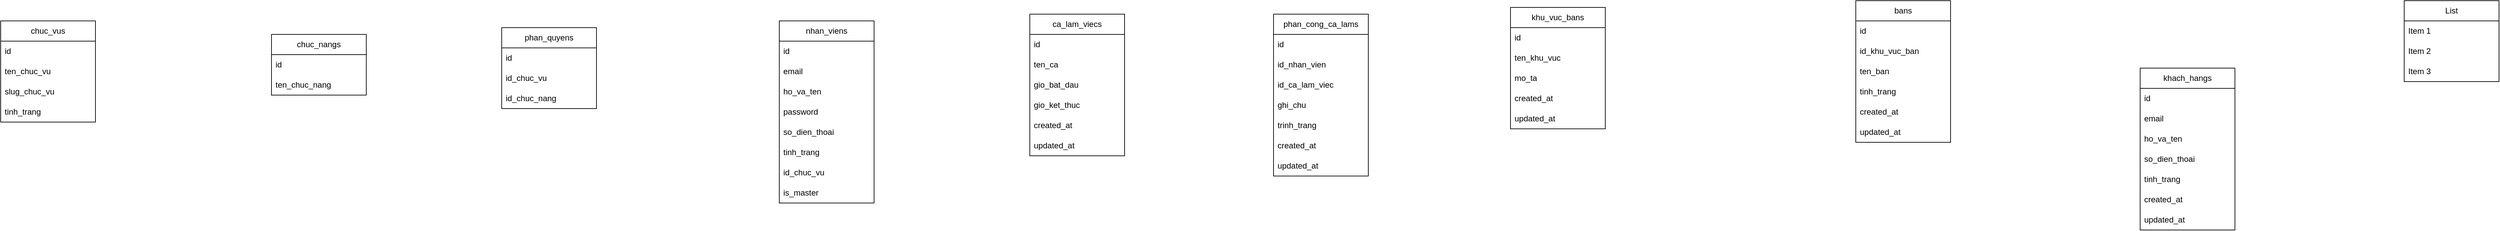
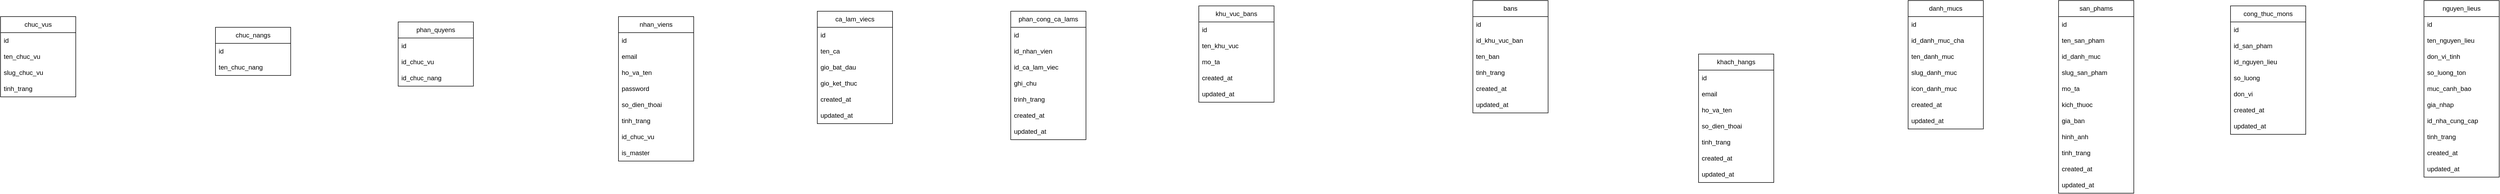
<mxfile host="app.diagrams.net">
  <diagram name="Page-1" id="78QUDde3ILmcNMK2hGyn">
    <mxGraphModel dx="1840" dy="1637" grid="1" gridSize="10" guides="1" tooltips="1" connect="1" arrows="1" fold="1" page="1" pageScale="1" pageWidth="850" pageHeight="1100" math="0" shadow="0">
      <root>
        <mxCell id="0" />
        <mxCell id="1" parent="0" />
        <mxCell id="1bbKcoBMxcC-bXyi0BTe-1" parent="1" style="swimlane;fontStyle=0;childLayout=stackLayout;horizontal=1;startSize=30;horizontalStack=0;resizeParent=1;resizeParentMax=0;resizeLast=0;collapsible=1;marginBottom=0;whiteSpace=wrap;html=1;" value="chuc_vus" vertex="1">
          <mxGeometry height="150" width="140" x="-280" y="-110" as="geometry" />
        </mxCell>
        <mxCell id="1bbKcoBMxcC-bXyi0BTe-2" parent="1bbKcoBMxcC-bXyi0BTe-1" style="text;strokeColor=none;fillColor=none;align=left;verticalAlign=middle;spacingLeft=4;spacingRight=4;overflow=hidden;points=[[0,0.5],[1,0.5]];portConstraint=eastwest;rotatable=0;whiteSpace=wrap;html=1;" value="id" vertex="1">
          <mxGeometry height="30" width="140" y="30" as="geometry" />
        </mxCell>
        <mxCell id="1bbKcoBMxcC-bXyi0BTe-3" parent="1bbKcoBMxcC-bXyi0BTe-1" style="text;strokeColor=none;fillColor=none;align=left;verticalAlign=middle;spacingLeft=4;spacingRight=4;overflow=hidden;points=[[0,0.5],[1,0.5]];portConstraint=eastwest;rotatable=0;whiteSpace=wrap;html=1;" value="ten_chuc_vu" vertex="1">
          <mxGeometry height="30" width="140" y="60" as="geometry" />
        </mxCell>
        <mxCell id="1bbKcoBMxcC-bXyi0BTe-4" parent="1bbKcoBMxcC-bXyi0BTe-1" style="text;strokeColor=none;fillColor=none;align=left;verticalAlign=middle;spacingLeft=4;spacingRight=4;overflow=hidden;points=[[0,0.5],[1,0.5]];portConstraint=eastwest;rotatable=0;whiteSpace=wrap;html=1;" value="slug_chuc_vu" vertex="1">
          <mxGeometry height="30" width="140" y="90" as="geometry" />
        </mxCell>
        <mxCell id="1bbKcoBMxcC-bXyi0BTe-5" parent="1bbKcoBMxcC-bXyi0BTe-1" style="text;strokeColor=none;fillColor=none;align=left;verticalAlign=middle;spacingLeft=4;spacingRight=4;overflow=hidden;points=[[0,0.5],[1,0.5]];portConstraint=eastwest;rotatable=0;whiteSpace=wrap;html=1;" value="tinh_trang" vertex="1">
          <mxGeometry height="30" width="140" y="120" as="geometry" />
        </mxCell>
        <mxCell id="1bbKcoBMxcC-bXyi0BTe-7" parent="1" style="swimlane;fontStyle=0;childLayout=stackLayout;horizontal=1;startSize=30;horizontalStack=0;resizeParent=1;resizeParentMax=0;resizeLast=0;collapsible=1;marginBottom=0;whiteSpace=wrap;html=1;" value="chuc_nangs" vertex="1">
          <mxGeometry height="90" width="140" x="120" y="-90" as="geometry" />
        </mxCell>
        <mxCell id="1bbKcoBMxcC-bXyi0BTe-8" parent="1bbKcoBMxcC-bXyi0BTe-7" style="text;strokeColor=none;fillColor=none;align=left;verticalAlign=middle;spacingLeft=4;spacingRight=4;overflow=hidden;points=[[0,0.5],[1,0.5]];portConstraint=eastwest;rotatable=0;whiteSpace=wrap;html=1;" value="id" vertex="1">
          <mxGeometry height="30" width="140" y="30" as="geometry" />
        </mxCell>
        <mxCell id="1bbKcoBMxcC-bXyi0BTe-9" parent="1bbKcoBMxcC-bXyi0BTe-7" style="text;strokeColor=none;fillColor=none;align=left;verticalAlign=middle;spacingLeft=4;spacingRight=4;overflow=hidden;points=[[0,0.5],[1,0.5]];portConstraint=eastwest;rotatable=0;whiteSpace=wrap;html=1;" value="ten_chuc_nang" vertex="1">
          <mxGeometry height="30" width="140" y="60" as="geometry" />
        </mxCell>
        <mxCell id="1bbKcoBMxcC-bXyi0BTe-11" parent="1" style="swimlane;fontStyle=0;childLayout=stackLayout;horizontal=1;startSize=30;horizontalStack=0;resizeParent=1;resizeParentMax=0;resizeLast=0;collapsible=1;marginBottom=0;whiteSpace=wrap;html=1;" value="phan_quyens" vertex="1">
          <mxGeometry height="120" width="140" x="460" y="-100" as="geometry" />
        </mxCell>
        <mxCell id="1bbKcoBMxcC-bXyi0BTe-12" parent="1bbKcoBMxcC-bXyi0BTe-11" style="text;strokeColor=none;fillColor=none;align=left;verticalAlign=middle;spacingLeft=4;spacingRight=4;overflow=hidden;points=[[0,0.5],[1,0.5]];portConstraint=eastwest;rotatable=0;whiteSpace=wrap;html=1;" value="id" vertex="1">
          <mxGeometry height="30" width="140" y="30" as="geometry" />
        </mxCell>
        <mxCell id="1bbKcoBMxcC-bXyi0BTe-13" parent="1bbKcoBMxcC-bXyi0BTe-11" style="text;strokeColor=none;fillColor=none;align=left;verticalAlign=middle;spacingLeft=4;spacingRight=4;overflow=hidden;points=[[0,0.5],[1,0.5]];portConstraint=eastwest;rotatable=0;whiteSpace=wrap;html=1;" value="id_chuc_vu" vertex="1">
          <mxGeometry height="30" width="140" y="60" as="geometry" />
        </mxCell>
        <mxCell id="1bbKcoBMxcC-bXyi0BTe-14" parent="1bbKcoBMxcC-bXyi0BTe-11" style="text;strokeColor=none;fillColor=none;align=left;verticalAlign=middle;spacingLeft=4;spacingRight=4;overflow=hidden;points=[[0,0.5],[1,0.5]];portConstraint=eastwest;rotatable=0;whiteSpace=wrap;html=1;" value="id_chuc_nang" vertex="1">
          <mxGeometry height="30" width="140" y="90" as="geometry" />
        </mxCell>
        <mxCell id="1bbKcoBMxcC-bXyi0BTe-16" parent="1" style="swimlane;fontStyle=0;childLayout=stackLayout;horizontal=1;startSize=30;horizontalStack=0;resizeParent=1;resizeParentMax=0;resizeLast=0;collapsible=1;marginBottom=0;whiteSpace=wrap;html=1;" value="nhan_viens" vertex="1">
          <mxGeometry height="270" width="140" x="870" y="-110" as="geometry" />
        </mxCell>
        <mxCell id="1bbKcoBMxcC-bXyi0BTe-17" parent="1bbKcoBMxcC-bXyi0BTe-16" style="text;strokeColor=none;fillColor=none;align=left;verticalAlign=middle;spacingLeft=4;spacingRight=4;overflow=hidden;points=[[0,0.5],[1,0.5]];portConstraint=eastwest;rotatable=0;whiteSpace=wrap;html=1;" value="id" vertex="1">
          <mxGeometry height="30" width="140" y="30" as="geometry" />
        </mxCell>
        <mxCell id="1bbKcoBMxcC-bXyi0BTe-18" parent="1bbKcoBMxcC-bXyi0BTe-16" style="text;strokeColor=none;fillColor=none;align=left;verticalAlign=middle;spacingLeft=4;spacingRight=4;overflow=hidden;points=[[0,0.5],[1,0.5]];portConstraint=eastwest;rotatable=0;whiteSpace=wrap;html=1;" value="email" vertex="1">
          <mxGeometry height="30" width="140" y="60" as="geometry" />
        </mxCell>
        <mxCell id="1bbKcoBMxcC-bXyi0BTe-19" parent="1bbKcoBMxcC-bXyi0BTe-16" style="text;strokeColor=none;fillColor=none;align=left;verticalAlign=middle;spacingLeft=4;spacingRight=4;overflow=hidden;points=[[0,0.5],[1,0.5]];portConstraint=eastwest;rotatable=0;whiteSpace=wrap;html=1;" value="ho_va_ten" vertex="1">
          <mxGeometry height="30" width="140" y="90" as="geometry" />
        </mxCell>
        <mxCell id="RNDkmFGJGW4O4d-jsc1U-1" parent="1bbKcoBMxcC-bXyi0BTe-16" style="text;strokeColor=none;fillColor=none;align=left;verticalAlign=middle;spacingLeft=4;spacingRight=4;overflow=hidden;points=[[0,0.5],[1,0.5]];portConstraint=eastwest;rotatable=0;whiteSpace=wrap;html=1;" value="password" vertex="1">
          <mxGeometry height="30" width="140" y="120" as="geometry" />
        </mxCell>
        <mxCell id="RNDkmFGJGW4O4d-jsc1U-2" parent="1bbKcoBMxcC-bXyi0BTe-16" style="text;strokeColor=none;fillColor=none;align=left;verticalAlign=middle;spacingLeft=4;spacingRight=4;overflow=hidden;points=[[0,0.5],[1,0.5]];portConstraint=eastwest;rotatable=0;whiteSpace=wrap;html=1;" value="so_dien_thoai" vertex="1">
          <mxGeometry height="30" width="140" y="150" as="geometry" />
        </mxCell>
        <mxCell id="RNDkmFGJGW4O4d-jsc1U-3" parent="1bbKcoBMxcC-bXyi0BTe-16" style="text;strokeColor=none;fillColor=none;align=left;verticalAlign=middle;spacingLeft=4;spacingRight=4;overflow=hidden;points=[[0,0.5],[1,0.5]];portConstraint=eastwest;rotatable=0;whiteSpace=wrap;html=1;" value="tinh_trang" vertex="1">
          <mxGeometry height="30" width="140" y="180" as="geometry" />
        </mxCell>
        <mxCell id="RNDkmFGJGW4O4d-jsc1U-4" parent="1bbKcoBMxcC-bXyi0BTe-16" style="text;strokeColor=none;fillColor=none;align=left;verticalAlign=middle;spacingLeft=4;spacingRight=4;overflow=hidden;points=[[0,0.5],[1,0.5]];portConstraint=eastwest;rotatable=0;whiteSpace=wrap;html=1;" value="id_chuc_vu" vertex="1">
          <mxGeometry height="30" width="140" y="210" as="geometry" />
        </mxCell>
        <mxCell id="RNDkmFGJGW4O4d-jsc1U-5" parent="1bbKcoBMxcC-bXyi0BTe-16" style="text;strokeColor=none;fillColor=none;align=left;verticalAlign=middle;spacingLeft=4;spacingRight=4;overflow=hidden;points=[[0,0.5],[1,0.5]];portConstraint=eastwest;rotatable=0;whiteSpace=wrap;html=1;" value="is_master" vertex="1">
          <mxGeometry height="30" width="140" y="240" as="geometry" />
        </mxCell>
        <mxCell id="RNDkmFGJGW4O4d-jsc1U-6" parent="1" style="swimlane;fontStyle=0;childLayout=stackLayout;horizontal=1;startSize=30;horizontalStack=0;resizeParent=1;resizeParentMax=0;resizeLast=0;collapsible=1;marginBottom=0;whiteSpace=wrap;html=1;" value="ca_lam_viecs" vertex="1">
          <mxGeometry height="210" width="140" x="1240" y="-120" as="geometry" />
        </mxCell>
        <mxCell id="RNDkmFGJGW4O4d-jsc1U-7" parent="RNDkmFGJGW4O4d-jsc1U-6" style="text;strokeColor=none;fillColor=none;align=left;verticalAlign=middle;spacingLeft=4;spacingRight=4;overflow=hidden;points=[[0,0.5],[1,0.5]];portConstraint=eastwest;rotatable=0;whiteSpace=wrap;html=1;" value="id" vertex="1">
          <mxGeometry height="30" width="140" y="30" as="geometry" />
        </mxCell>
        <mxCell id="RNDkmFGJGW4O4d-jsc1U-8" parent="RNDkmFGJGW4O4d-jsc1U-6" style="text;strokeColor=none;fillColor=none;align=left;verticalAlign=middle;spacingLeft=4;spacingRight=4;overflow=hidden;points=[[0,0.5],[1,0.5]];portConstraint=eastwest;rotatable=0;whiteSpace=wrap;html=1;" value="ten_ca" vertex="1">
          <mxGeometry height="30" width="140" y="60" as="geometry" />
        </mxCell>
        <mxCell id="RNDkmFGJGW4O4d-jsc1U-9" parent="RNDkmFGJGW4O4d-jsc1U-6" style="text;strokeColor=none;fillColor=none;align=left;verticalAlign=middle;spacingLeft=4;spacingRight=4;overflow=hidden;points=[[0,0.5],[1,0.5]];portConstraint=eastwest;rotatable=0;whiteSpace=wrap;html=1;" value="gio_bat_dau" vertex="1">
          <mxGeometry height="30" width="140" y="90" as="geometry" />
        </mxCell>
        <mxCell id="RNDkmFGJGW4O4d-jsc1U-10" parent="RNDkmFGJGW4O4d-jsc1U-6" style="text;strokeColor=none;fillColor=none;align=left;verticalAlign=middle;spacingLeft=4;spacingRight=4;overflow=hidden;points=[[0,0.5],[1,0.5]];portConstraint=eastwest;rotatable=0;whiteSpace=wrap;html=1;" value="gio_ket_thuc" vertex="1">
          <mxGeometry height="30" width="140" y="120" as="geometry" />
        </mxCell>
        <mxCell id="RNDkmFGJGW4O4d-jsc1U-11" parent="RNDkmFGJGW4O4d-jsc1U-6" style="text;strokeColor=none;fillColor=none;align=left;verticalAlign=middle;spacingLeft=4;spacingRight=4;overflow=hidden;points=[[0,0.5],[1,0.5]];portConstraint=eastwest;rotatable=0;whiteSpace=wrap;html=1;" value="created_at" vertex="1">
          <mxGeometry height="30" width="140" y="150" as="geometry" />
        </mxCell>
        <mxCell id="RNDkmFGJGW4O4d-jsc1U-12" parent="RNDkmFGJGW4O4d-jsc1U-6" style="text;strokeColor=none;fillColor=none;align=left;verticalAlign=middle;spacingLeft=4;spacingRight=4;overflow=hidden;points=[[0,0.5],[1,0.5]];portConstraint=eastwest;rotatable=0;whiteSpace=wrap;html=1;" value="updated_at" vertex="1">
          <mxGeometry height="30" width="140" y="180" as="geometry" />
        </mxCell>
        <mxCell id="RNDkmFGJGW4O4d-jsc1U-13" parent="1" style="swimlane;fontStyle=0;childLayout=stackLayout;horizontal=1;startSize=30;horizontalStack=0;resizeParent=1;resizeParentMax=0;resizeLast=0;collapsible=1;marginBottom=0;whiteSpace=wrap;html=1;" value="phan_cong_ca_lams" vertex="1">
          <mxGeometry height="240" width="140" x="1600" y="-120" as="geometry" />
        </mxCell>
        <mxCell id="RNDkmFGJGW4O4d-jsc1U-14" parent="RNDkmFGJGW4O4d-jsc1U-13" style="text;strokeColor=none;fillColor=none;align=left;verticalAlign=middle;spacingLeft=4;spacingRight=4;overflow=hidden;points=[[0,0.5],[1,0.5]];portConstraint=eastwest;rotatable=0;whiteSpace=wrap;html=1;" value="id" vertex="1">
          <mxGeometry height="30" width="140" y="30" as="geometry" />
        </mxCell>
        <mxCell id="RNDkmFGJGW4O4d-jsc1U-15" parent="RNDkmFGJGW4O4d-jsc1U-13" style="text;strokeColor=none;fillColor=none;align=left;verticalAlign=middle;spacingLeft=4;spacingRight=4;overflow=hidden;points=[[0,0.5],[1,0.5]];portConstraint=eastwest;rotatable=0;whiteSpace=wrap;html=1;" value="id_nhan_vien" vertex="1">
          <mxGeometry height="30" width="140" y="60" as="geometry" />
        </mxCell>
        <mxCell id="RNDkmFGJGW4O4d-jsc1U-16" parent="RNDkmFGJGW4O4d-jsc1U-13" style="text;strokeColor=none;fillColor=none;align=left;verticalAlign=middle;spacingLeft=4;spacingRight=4;overflow=hidden;points=[[0,0.5],[1,0.5]];portConstraint=eastwest;rotatable=0;whiteSpace=wrap;html=1;" value="id_ca_lam_viec" vertex="1">
          <mxGeometry height="30" width="140" y="90" as="geometry" />
        </mxCell>
        <mxCell id="RNDkmFGJGW4O4d-jsc1U-17" parent="RNDkmFGJGW4O4d-jsc1U-13" style="text;strokeColor=none;fillColor=none;align=left;verticalAlign=middle;spacingLeft=4;spacingRight=4;overflow=hidden;points=[[0,0.5],[1,0.5]];portConstraint=eastwest;rotatable=0;whiteSpace=wrap;html=1;" value="ghi_chu" vertex="1">
          <mxGeometry height="30" width="140" y="120" as="geometry" />
        </mxCell>
        <mxCell id="RNDkmFGJGW4O4d-jsc1U-18" parent="RNDkmFGJGW4O4d-jsc1U-13" style="text;strokeColor=none;fillColor=none;align=left;verticalAlign=middle;spacingLeft=4;spacingRight=4;overflow=hidden;points=[[0,0.5],[1,0.5]];portConstraint=eastwest;rotatable=0;whiteSpace=wrap;html=1;" value="trinh_trang" vertex="1">
          <mxGeometry height="30" width="140" y="150" as="geometry" />
        </mxCell>
        <mxCell id="RNDkmFGJGW4O4d-jsc1U-19" parent="RNDkmFGJGW4O4d-jsc1U-13" style="text;strokeColor=none;fillColor=none;align=left;verticalAlign=middle;spacingLeft=4;spacingRight=4;overflow=hidden;points=[[0,0.5],[1,0.5]];portConstraint=eastwest;rotatable=0;whiteSpace=wrap;html=1;" value="created_at" vertex="1">
          <mxGeometry height="30" width="140" y="180" as="geometry" />
        </mxCell>
        <mxCell id="RNDkmFGJGW4O4d-jsc1U-20" parent="RNDkmFGJGW4O4d-jsc1U-13" style="text;strokeColor=none;fillColor=none;align=left;verticalAlign=middle;spacingLeft=4;spacingRight=4;overflow=hidden;points=[[0,0.5],[1,0.5]];portConstraint=eastwest;rotatable=0;whiteSpace=wrap;html=1;" value="updated_at" vertex="1">
          <mxGeometry height="30" width="140" y="210" as="geometry" />
        </mxCell>
        <mxCell id="RNDkmFGJGW4O4d-jsc1U-21" parent="1" style="swimlane;fontStyle=0;childLayout=stackLayout;horizontal=1;startSize=30;horizontalStack=0;resizeParent=1;resizeParentMax=0;resizeLast=0;collapsible=1;marginBottom=0;whiteSpace=wrap;html=1;" value="khu_vuc_bans" vertex="1">
          <mxGeometry height="180" width="140" x="1950" y="-130" as="geometry" />
        </mxCell>
        <mxCell id="RNDkmFGJGW4O4d-jsc1U-22" parent="RNDkmFGJGW4O4d-jsc1U-21" style="text;strokeColor=none;fillColor=none;align=left;verticalAlign=middle;spacingLeft=4;spacingRight=4;overflow=hidden;points=[[0,0.5],[1,0.5]];portConstraint=eastwest;rotatable=0;whiteSpace=wrap;html=1;" value="id" vertex="1">
          <mxGeometry height="30" width="140" y="30" as="geometry" />
        </mxCell>
        <mxCell id="RNDkmFGJGW4O4d-jsc1U-23" parent="RNDkmFGJGW4O4d-jsc1U-21" style="text;strokeColor=none;fillColor=none;align=left;verticalAlign=middle;spacingLeft=4;spacingRight=4;overflow=hidden;points=[[0,0.5],[1,0.5]];portConstraint=eastwest;rotatable=0;whiteSpace=wrap;html=1;" value="ten_khu_vuc" vertex="1">
          <mxGeometry height="30" width="140" y="60" as="geometry" />
        </mxCell>
        <mxCell id="RNDkmFGJGW4O4d-jsc1U-24" parent="RNDkmFGJGW4O4d-jsc1U-21" style="text;strokeColor=none;fillColor=none;align=left;verticalAlign=middle;spacingLeft=4;spacingRight=4;overflow=hidden;points=[[0,0.5],[1,0.5]];portConstraint=eastwest;rotatable=0;whiteSpace=wrap;html=1;" value="mo_ta" vertex="1">
          <mxGeometry height="30" width="140" y="90" as="geometry" />
        </mxCell>
        <mxCell id="RNDkmFGJGW4O4d-jsc1U-25" parent="RNDkmFGJGW4O4d-jsc1U-21" style="text;strokeColor=none;fillColor=none;align=left;verticalAlign=middle;spacingLeft=4;spacingRight=4;overflow=hidden;points=[[0,0.5],[1,0.5]];portConstraint=eastwest;rotatable=0;whiteSpace=wrap;html=1;" value="created_at" vertex="1">
          <mxGeometry height="30" width="140" y="120" as="geometry" />
        </mxCell>
        <mxCell id="RNDkmFGJGW4O4d-jsc1U-26" parent="RNDkmFGJGW4O4d-jsc1U-21" style="text;strokeColor=none;fillColor=none;align=left;verticalAlign=middle;spacingLeft=4;spacingRight=4;overflow=hidden;points=[[0,0.5],[1,0.5]];portConstraint=eastwest;rotatable=0;whiteSpace=wrap;html=1;" value="updated_at" vertex="1">
          <mxGeometry height="30" width="140" y="150" as="geometry" />
        </mxCell>
        <mxCell id="RNDkmFGJGW4O4d-jsc1U-27" parent="1" style="swimlane;fontStyle=0;childLayout=stackLayout;horizontal=1;startSize=30;horizontalStack=0;resizeParent=1;resizeParentMax=0;resizeLast=0;collapsible=1;marginBottom=0;whiteSpace=wrap;html=1;" value="bans" vertex="1">
          <mxGeometry height="210" width="140" x="2460" y="-140" as="geometry" />
        </mxCell>
        <mxCell id="RNDkmFGJGW4O4d-jsc1U-28" parent="RNDkmFGJGW4O4d-jsc1U-27" style="text;strokeColor=none;fillColor=none;align=left;verticalAlign=middle;spacingLeft=4;spacingRight=4;overflow=hidden;points=[[0,0.5],[1,0.5]];portConstraint=eastwest;rotatable=0;whiteSpace=wrap;html=1;" value="id" vertex="1">
          <mxGeometry height="30" width="140" y="30" as="geometry" />
        </mxCell>
        <mxCell id="RNDkmFGJGW4O4d-jsc1U-29" parent="RNDkmFGJGW4O4d-jsc1U-27" style="text;strokeColor=none;fillColor=none;align=left;verticalAlign=middle;spacingLeft=4;spacingRight=4;overflow=hidden;points=[[0,0.5],[1,0.5]];portConstraint=eastwest;rotatable=0;whiteSpace=wrap;html=1;" value="id_khu_vuc_ban" vertex="1">
          <mxGeometry height="30" width="140" y="60" as="geometry" />
        </mxCell>
        <mxCell id="RNDkmFGJGW4O4d-jsc1U-30" parent="RNDkmFGJGW4O4d-jsc1U-27" style="text;strokeColor=none;fillColor=none;align=left;verticalAlign=middle;spacingLeft=4;spacingRight=4;overflow=hidden;points=[[0,0.5],[1,0.5]];portConstraint=eastwest;rotatable=0;whiteSpace=wrap;html=1;" value="ten_ban" vertex="1">
          <mxGeometry height="30" width="140" y="90" as="geometry" />
        </mxCell>
        <mxCell id="RNDkmFGJGW4O4d-jsc1U-31" parent="RNDkmFGJGW4O4d-jsc1U-27" style="text;strokeColor=none;fillColor=none;align=left;verticalAlign=middle;spacingLeft=4;spacingRight=4;overflow=hidden;points=[[0,0.5],[1,0.5]];portConstraint=eastwest;rotatable=0;whiteSpace=wrap;html=1;" value="tinh_trang" vertex="1">
          <mxGeometry height="30" width="140" y="120" as="geometry" />
        </mxCell>
        <mxCell id="RNDkmFGJGW4O4d-jsc1U-32" parent="RNDkmFGJGW4O4d-jsc1U-27" style="text;strokeColor=none;fillColor=none;align=left;verticalAlign=middle;spacingLeft=4;spacingRight=4;overflow=hidden;points=[[0,0.5],[1,0.5]];portConstraint=eastwest;rotatable=0;whiteSpace=wrap;html=1;" value="created_at" vertex="1">
          <mxGeometry height="30" width="140" y="150" as="geometry" />
        </mxCell>
        <mxCell id="RNDkmFGJGW4O4d-jsc1U-33" parent="RNDkmFGJGW4O4d-jsc1U-27" style="text;strokeColor=none;fillColor=none;align=left;verticalAlign=middle;spacingLeft=4;spacingRight=4;overflow=hidden;points=[[0,0.5],[1,0.5]];portConstraint=eastwest;rotatable=0;whiteSpace=wrap;html=1;" value="updated_at" vertex="1">
          <mxGeometry height="30" width="140" y="180" as="geometry" />
        </mxCell>
        <mxCell id="RNDkmFGJGW4O4d-jsc1U-34" parent="1" style="swimlane;fontStyle=0;childLayout=stackLayout;horizontal=1;startSize=30;horizontalStack=0;resizeParent=1;resizeParentMax=0;resizeLast=0;collapsible=1;marginBottom=0;whiteSpace=wrap;html=1;" value="khach_hangs" vertex="1">
          <mxGeometry height="240" width="140" x="2880" y="-40" as="geometry" />
        </mxCell>
        <mxCell id="RNDkmFGJGW4O4d-jsc1U-35" parent="RNDkmFGJGW4O4d-jsc1U-34" style="text;strokeColor=none;fillColor=none;align=left;verticalAlign=middle;spacingLeft=4;spacingRight=4;overflow=hidden;points=[[0,0.5],[1,0.5]];portConstraint=eastwest;rotatable=0;whiteSpace=wrap;html=1;" value="id" vertex="1">
          <mxGeometry height="30" width="140" y="30" as="geometry" />
        </mxCell>
        <mxCell id="RNDkmFGJGW4O4d-jsc1U-36" parent="RNDkmFGJGW4O4d-jsc1U-34" style="text;strokeColor=none;fillColor=none;align=left;verticalAlign=middle;spacingLeft=4;spacingRight=4;overflow=hidden;points=[[0,0.5],[1,0.5]];portConstraint=eastwest;rotatable=0;whiteSpace=wrap;html=1;" value="email" vertex="1">
          <mxGeometry height="30" width="140" y="60" as="geometry" />
        </mxCell>
        <mxCell id="RNDkmFGJGW4O4d-jsc1U-37" parent="RNDkmFGJGW4O4d-jsc1U-34" style="text;strokeColor=none;fillColor=none;align=left;verticalAlign=middle;spacingLeft=4;spacingRight=4;overflow=hidden;points=[[0,0.5],[1,0.5]];portConstraint=eastwest;rotatable=0;whiteSpace=wrap;html=1;" value="ho_va_ten" vertex="1">
          <mxGeometry height="30" width="140" y="90" as="geometry" />
        </mxCell>
        <mxCell id="RNDkmFGJGW4O4d-jsc1U-38" parent="RNDkmFGJGW4O4d-jsc1U-34" style="text;strokeColor=none;fillColor=none;align=left;verticalAlign=middle;spacingLeft=4;spacingRight=4;overflow=hidden;points=[[0,0.5],[1,0.5]];portConstraint=eastwest;rotatable=0;whiteSpace=wrap;html=1;" value="so_dien_thoai" vertex="1">
          <mxGeometry height="30" width="140" y="120" as="geometry" />
        </mxCell>
        <mxCell id="RNDkmFGJGW4O4d-jsc1U-39" parent="RNDkmFGJGW4O4d-jsc1U-34" style="text;strokeColor=none;fillColor=none;align=left;verticalAlign=middle;spacingLeft=4;spacingRight=4;overflow=hidden;points=[[0,0.5],[1,0.5]];portConstraint=eastwest;rotatable=0;whiteSpace=wrap;html=1;" value="tinh_trang" vertex="1">
          <mxGeometry height="30" width="140" y="150" as="geometry" />
        </mxCell>
        <mxCell id="RNDkmFGJGW4O4d-jsc1U-40" parent="RNDkmFGJGW4O4d-jsc1U-34" style="text;strokeColor=none;fillColor=none;align=left;verticalAlign=middle;spacingLeft=4;spacingRight=4;overflow=hidden;points=[[0,0.5],[1,0.5]];portConstraint=eastwest;rotatable=0;whiteSpace=wrap;html=1;" value="created_at" vertex="1">
          <mxGeometry height="30" width="140" y="180" as="geometry" />
        </mxCell>
        <mxCell id="RNDkmFGJGW4O4d-jsc1U-41" parent="RNDkmFGJGW4O4d-jsc1U-34" style="text;strokeColor=none;fillColor=none;align=left;verticalAlign=middle;spacingLeft=4;spacingRight=4;overflow=hidden;points=[[0,0.5],[1,0.5]];portConstraint=eastwest;rotatable=0;whiteSpace=wrap;html=1;" value="updated_at" vertex="1">
          <mxGeometry height="30" width="140" y="210" as="geometry" />
        </mxCell>
-         <mxCell id="RNDkmFGJGW4O4d-jsc1U-42" parent="1" style="swimlane;fontStyle=0;childLayout=stackLayout;horizontal=1;startSize=30;horizontalStack=0;resizeParent=1;resizeParentMax=0;resizeLast=0;collapsible=1;marginBottom=0;whiteSpace=wrap;html=1;" value="List" vertex="1">
-           <mxGeometry height="120" width="140" x="3270" y="-140" as="geometry" />
-         </mxCell>
-         <mxCell id="RNDkmFGJGW4O4d-jsc1U-43" parent="RNDkmFGJGW4O4d-jsc1U-42" style="text;strokeColor=none;fillColor=none;align=left;verticalAlign=middle;spacingLeft=4;spacingRight=4;overflow=hidden;points=[[0,0.5],[1,0.5]];portConstraint=eastwest;rotatable=0;whiteSpace=wrap;html=1;" value="Item 1" vertex="1">
-           <mxGeometry height="30" width="140" y="30" as="geometry" />
-         </mxCell>
-         <mxCell id="RNDkmFGJGW4O4d-jsc1U-44" parent="RNDkmFGJGW4O4d-jsc1U-42" style="text;strokeColor=none;fillColor=none;align=left;verticalAlign=middle;spacingLeft=4;spacingRight=4;overflow=hidden;points=[[0,0.5],[1,0.5]];portConstraint=eastwest;rotatable=0;whiteSpace=wrap;html=1;" value="Item 2" vertex="1">
-           <mxGeometry height="30" width="140" y="60" as="geometry" />
-         </mxCell>
-         <mxCell id="RNDkmFGJGW4O4d-jsc1U-45" parent="RNDkmFGJGW4O4d-jsc1U-42" style="text;strokeColor=none;fillColor=none;align=left;verticalAlign=middle;spacingLeft=4;spacingRight=4;overflow=hidden;points=[[0,0.5],[1,0.5]];portConstraint=eastwest;rotatable=0;whiteSpace=wrap;html=1;" value="Item 3" vertex="1">
-           <mxGeometry height="30" width="140" y="90" as="geometry" />
+         <mxCell id="RNDkmFGJGW4O4d-jsc1U-42" parent="1" style="swimlane;fontStyle=0;childLayout=stackLayout;horizontal=1;startSize=30;horizontalStack=0;resizeParent=1;resizeParentMax=0;resizeLast=0;collapsible=1;marginBottom=0;whiteSpace=wrap;html=1;" value="danh_mucs" vertex="1">
+           <mxGeometry height="240" width="140" x="3270" y="-140" as="geometry" />
+         </mxCell>
+         <mxCell id="RNDkmFGJGW4O4d-jsc1U-43" parent="RNDkmFGJGW4O4d-jsc1U-42" style="text;strokeColor=none;fillColor=none;align=left;verticalAlign=middle;spacingLeft=4;spacingRight=4;overflow=hidden;points=[[0,0.5],[1,0.5]];portConstraint=eastwest;rotatable=0;whiteSpace=wrap;html=1;" value="id" vertex="1">
+           <mxGeometry height="30" width="140" y="30" as="geometry" />
+         </mxCell>
+         <mxCell id="RNDkmFGJGW4O4d-jsc1U-44" parent="RNDkmFGJGW4O4d-jsc1U-42" style="text;strokeColor=none;fillColor=none;align=left;verticalAlign=middle;spacingLeft=4;spacingRight=4;overflow=hidden;points=[[0,0.5],[1,0.5]];portConstraint=eastwest;rotatable=0;whiteSpace=wrap;html=1;" value="id_danh_muc_cha" vertex="1">
+           <mxGeometry height="30" width="140" y="60" as="geometry" />
+         </mxCell>
+         <mxCell id="RNDkmFGJGW4O4d-jsc1U-45" parent="RNDkmFGJGW4O4d-jsc1U-42" style="text;strokeColor=none;fillColor=none;align=left;verticalAlign=middle;spacingLeft=4;spacingRight=4;overflow=hidden;points=[[0,0.5],[1,0.5]];portConstraint=eastwest;rotatable=0;whiteSpace=wrap;html=1;" value="ten_danh_muc" vertex="1">
+           <mxGeometry height="30" width="140" y="90" as="geometry" />
+         </mxCell>
+         <mxCell id="RNDkmFGJGW4O4d-jsc1U-46" parent="RNDkmFGJGW4O4d-jsc1U-42" style="text;strokeColor=none;fillColor=none;align=left;verticalAlign=middle;spacingLeft=4;spacingRight=4;overflow=hidden;points=[[0,0.5],[1,0.5]];portConstraint=eastwest;rotatable=0;whiteSpace=wrap;html=1;" value="slug_danh_muc" vertex="1">
+           <mxGeometry height="30" width="140" y="120" as="geometry" />
+         </mxCell>
+         <mxCell id="RNDkmFGJGW4O4d-jsc1U-47" parent="RNDkmFGJGW4O4d-jsc1U-42" style="text;strokeColor=none;fillColor=none;align=left;verticalAlign=middle;spacingLeft=4;spacingRight=4;overflow=hidden;points=[[0,0.5],[1,0.5]];portConstraint=eastwest;rotatable=0;whiteSpace=wrap;html=1;" value="icon_danh_muc" vertex="1">
+           <mxGeometry height="30" width="140" y="150" as="geometry" />
+         </mxCell>
+         <mxCell id="RNDkmFGJGW4O4d-jsc1U-48" parent="RNDkmFGJGW4O4d-jsc1U-42" style="text;strokeColor=none;fillColor=none;align=left;verticalAlign=middle;spacingLeft=4;spacingRight=4;overflow=hidden;points=[[0,0.5],[1,0.5]];portConstraint=eastwest;rotatable=0;whiteSpace=wrap;html=1;" value="created_at" vertex="1">
+           <mxGeometry height="30" width="140" y="180" as="geometry" />
+         </mxCell>
+         <mxCell id="RNDkmFGJGW4O4d-jsc1U-49" parent="RNDkmFGJGW4O4d-jsc1U-42" style="text;strokeColor=none;fillColor=none;align=left;verticalAlign=middle;spacingLeft=4;spacingRight=4;overflow=hidden;points=[[0,0.5],[1,0.5]];portConstraint=eastwest;rotatable=0;whiteSpace=wrap;html=1;" value="updated_at" vertex="1">
+           <mxGeometry height="30" width="140" y="210" as="geometry" />
+         </mxCell>
+         <mxCell id="RNDkmFGJGW4O4d-jsc1U-50" parent="1" style="swimlane;fontStyle=0;childLayout=stackLayout;horizontal=1;startSize=30;horizontalStack=0;resizeParent=1;resizeParentMax=0;resizeLast=0;collapsible=1;marginBottom=0;whiteSpace=wrap;html=1;" value="san_phams" vertex="1">
+           <mxGeometry height="360" width="140" x="3550" y="-140" as="geometry" />
+         </mxCell>
+         <mxCell id="RNDkmFGJGW4O4d-jsc1U-51" parent="RNDkmFGJGW4O4d-jsc1U-50" style="text;strokeColor=none;fillColor=none;align=left;verticalAlign=middle;spacingLeft=4;spacingRight=4;overflow=hidden;points=[[0,0.5],[1,0.5]];portConstraint=eastwest;rotatable=0;whiteSpace=wrap;html=1;" value="id" vertex="1">
+           <mxGeometry height="30" width="140" y="30" as="geometry" />
+         </mxCell>
+         <mxCell id="RNDkmFGJGW4O4d-jsc1U-52" parent="RNDkmFGJGW4O4d-jsc1U-50" style="text;strokeColor=none;fillColor=none;align=left;verticalAlign=middle;spacingLeft=4;spacingRight=4;overflow=hidden;points=[[0,0.5],[1,0.5]];portConstraint=eastwest;rotatable=0;whiteSpace=wrap;html=1;" value="ten_san_pham" vertex="1">
+           <mxGeometry height="30" width="140" y="60" as="geometry" />
+         </mxCell>
+         <mxCell id="RNDkmFGJGW4O4d-jsc1U-53" parent="RNDkmFGJGW4O4d-jsc1U-50" style="text;strokeColor=none;fillColor=none;align=left;verticalAlign=middle;spacingLeft=4;spacingRight=4;overflow=hidden;points=[[0,0.5],[1,0.5]];portConstraint=eastwest;rotatable=0;whiteSpace=wrap;html=1;" value="id_danh_muc" vertex="1">
+           <mxGeometry height="30" width="140" y="90" as="geometry" />
+         </mxCell>
+         <mxCell id="RNDkmFGJGW4O4d-jsc1U-54" parent="RNDkmFGJGW4O4d-jsc1U-50" style="text;strokeColor=none;fillColor=none;align=left;verticalAlign=middle;spacingLeft=4;spacingRight=4;overflow=hidden;points=[[0,0.5],[1,0.5]];portConstraint=eastwest;rotatable=0;whiteSpace=wrap;html=1;" value="slug_san_pham" vertex="1">
+           <mxGeometry height="30" width="140" y="120" as="geometry" />
+         </mxCell>
+         <mxCell id="RNDkmFGJGW4O4d-jsc1U-55" parent="RNDkmFGJGW4O4d-jsc1U-50" style="text;strokeColor=none;fillColor=none;align=left;verticalAlign=middle;spacingLeft=4;spacingRight=4;overflow=hidden;points=[[0,0.5],[1,0.5]];portConstraint=eastwest;rotatable=0;whiteSpace=wrap;html=1;" value="mo_ta" vertex="1">
+           <mxGeometry height="30" width="140" y="150" as="geometry" />
+         </mxCell>
+         <mxCell id="RNDkmFGJGW4O4d-jsc1U-56" parent="RNDkmFGJGW4O4d-jsc1U-50" style="text;strokeColor=none;fillColor=none;align=left;verticalAlign=middle;spacingLeft=4;spacingRight=4;overflow=hidden;points=[[0,0.5],[1,0.5]];portConstraint=eastwest;rotatable=0;whiteSpace=wrap;html=1;" value="kich_thuoc" vertex="1">
+           <mxGeometry height="30" width="140" y="180" as="geometry" />
+         </mxCell>
+         <mxCell id="RNDkmFGJGW4O4d-jsc1U-57" parent="RNDkmFGJGW4O4d-jsc1U-50" style="text;strokeColor=none;fillColor=none;align=left;verticalAlign=middle;spacingLeft=4;spacingRight=4;overflow=hidden;points=[[0,0.5],[1,0.5]];portConstraint=eastwest;rotatable=0;whiteSpace=wrap;html=1;" value="gia_ban" vertex="1">
+           <mxGeometry height="30" width="140" y="210" as="geometry" />
+         </mxCell>
+         <mxCell id="RNDkmFGJGW4O4d-jsc1U-58" parent="RNDkmFGJGW4O4d-jsc1U-50" style="text;strokeColor=none;fillColor=none;align=left;verticalAlign=middle;spacingLeft=4;spacingRight=4;overflow=hidden;points=[[0,0.5],[1,0.5]];portConstraint=eastwest;rotatable=0;whiteSpace=wrap;html=1;" value="hinh_anh" vertex="1">
+           <mxGeometry height="30" width="140" y="240" as="geometry" />
+         </mxCell>
+         <mxCell id="RNDkmFGJGW4O4d-jsc1U-59" parent="RNDkmFGJGW4O4d-jsc1U-50" style="text;strokeColor=none;fillColor=none;align=left;verticalAlign=middle;spacingLeft=4;spacingRight=4;overflow=hidden;points=[[0,0.5],[1,0.5]];portConstraint=eastwest;rotatable=0;whiteSpace=wrap;html=1;" value="tinh_trang" vertex="1">
+           <mxGeometry height="30" width="140" y="270" as="geometry" />
+         </mxCell>
+         <mxCell id="RNDkmFGJGW4O4d-jsc1U-60" parent="RNDkmFGJGW4O4d-jsc1U-50" style="text;strokeColor=none;fillColor=none;align=left;verticalAlign=middle;spacingLeft=4;spacingRight=4;overflow=hidden;points=[[0,0.5],[1,0.5]];portConstraint=eastwest;rotatable=0;whiteSpace=wrap;html=1;" value="created_at" vertex="1">
+           <mxGeometry height="30" width="140" y="300" as="geometry" />
+         </mxCell>
+         <mxCell id="RNDkmFGJGW4O4d-jsc1U-61" parent="RNDkmFGJGW4O4d-jsc1U-50" style="text;strokeColor=none;fillColor=none;align=left;verticalAlign=middle;spacingLeft=4;spacingRight=4;overflow=hidden;points=[[0,0.5],[1,0.5]];portConstraint=eastwest;rotatable=0;whiteSpace=wrap;html=1;" value="updated_at" vertex="1">
+           <mxGeometry height="30" width="140" y="330" as="geometry" />
+         </mxCell>
+         <mxCell id="RNDkmFGJGW4O4d-jsc1U-62" parent="1" style="swimlane;fontStyle=0;childLayout=stackLayout;horizontal=1;startSize=30;horizontalStack=0;resizeParent=1;resizeParentMax=0;resizeLast=0;collapsible=1;marginBottom=0;whiteSpace=wrap;html=1;" value="cong_thuc_mons" vertex="1">
+           <mxGeometry height="240" width="140" x="3870" y="-130" as="geometry" />
+         </mxCell>
+         <mxCell id="RNDkmFGJGW4O4d-jsc1U-63" parent="RNDkmFGJGW4O4d-jsc1U-62" style="text;strokeColor=none;fillColor=none;align=left;verticalAlign=middle;spacingLeft=4;spacingRight=4;overflow=hidden;points=[[0,0.5],[1,0.5]];portConstraint=eastwest;rotatable=0;whiteSpace=wrap;html=1;" value="id" vertex="1">
+           <mxGeometry height="30" width="140" y="30" as="geometry" />
+         </mxCell>
+         <mxCell id="RNDkmFGJGW4O4d-jsc1U-64" parent="RNDkmFGJGW4O4d-jsc1U-62" style="text;strokeColor=none;fillColor=none;align=left;verticalAlign=middle;spacingLeft=4;spacingRight=4;overflow=hidden;points=[[0,0.5],[1,0.5]];portConstraint=eastwest;rotatable=0;whiteSpace=wrap;html=1;" value="id_san_pham" vertex="1">
+           <mxGeometry height="30" width="140" y="60" as="geometry" />
+         </mxCell>
+         <mxCell id="RNDkmFGJGW4O4d-jsc1U-65" parent="RNDkmFGJGW4O4d-jsc1U-62" style="text;strokeColor=none;fillColor=none;align=left;verticalAlign=middle;spacingLeft=4;spacingRight=4;overflow=hidden;points=[[0,0.5],[1,0.5]];portConstraint=eastwest;rotatable=0;whiteSpace=wrap;html=1;" value="id_nguyen_lieu" vertex="1">
+           <mxGeometry height="30" width="140" y="90" as="geometry" />
+         </mxCell>
+         <mxCell id="RNDkmFGJGW4O4d-jsc1U-66" parent="RNDkmFGJGW4O4d-jsc1U-62" style="text;strokeColor=none;fillColor=none;align=left;verticalAlign=middle;spacingLeft=4;spacingRight=4;overflow=hidden;points=[[0,0.5],[1,0.5]];portConstraint=eastwest;rotatable=0;whiteSpace=wrap;html=1;" value="so_luong" vertex="1">
+           <mxGeometry height="30" width="140" y="120" as="geometry" />
+         </mxCell>
+         <mxCell id="RNDkmFGJGW4O4d-jsc1U-67" parent="RNDkmFGJGW4O4d-jsc1U-62" style="text;strokeColor=none;fillColor=none;align=left;verticalAlign=middle;spacingLeft=4;spacingRight=4;overflow=hidden;points=[[0,0.5],[1,0.5]];portConstraint=eastwest;rotatable=0;whiteSpace=wrap;html=1;" value="don_vi" vertex="1">
+           <mxGeometry height="30" width="140" y="150" as="geometry" />
+         </mxCell>
+         <mxCell id="RNDkmFGJGW4O4d-jsc1U-68" parent="RNDkmFGJGW4O4d-jsc1U-62" style="text;strokeColor=none;fillColor=none;align=left;verticalAlign=middle;spacingLeft=4;spacingRight=4;overflow=hidden;points=[[0,0.5],[1,0.5]];portConstraint=eastwest;rotatable=0;whiteSpace=wrap;html=1;" value="created_at" vertex="1">
+           <mxGeometry height="30" width="140" y="180" as="geometry" />
+         </mxCell>
+         <mxCell id="RNDkmFGJGW4O4d-jsc1U-69" parent="RNDkmFGJGW4O4d-jsc1U-62" style="text;strokeColor=none;fillColor=none;align=left;verticalAlign=middle;spacingLeft=4;spacingRight=4;overflow=hidden;points=[[0,0.5],[1,0.5]];portConstraint=eastwest;rotatable=0;whiteSpace=wrap;html=1;" value="updated_at" vertex="1">
+           <mxGeometry height="30" width="140" y="210" as="geometry" />
+         </mxCell>
+         <mxCell id="RNDkmFGJGW4O4d-jsc1U-70" parent="1" style="swimlane;fontStyle=0;childLayout=stackLayout;horizontal=1;startSize=30;horizontalStack=0;resizeParent=1;resizeParentMax=0;resizeLast=0;collapsible=1;marginBottom=0;whiteSpace=wrap;html=1;" value="nguyen_lieus" vertex="1">
+           <mxGeometry height="330" width="140" x="4230" y="-140" as="geometry" />
+         </mxCell>
+         <mxCell id="RNDkmFGJGW4O4d-jsc1U-71" parent="RNDkmFGJGW4O4d-jsc1U-70" style="text;strokeColor=none;fillColor=none;align=left;verticalAlign=middle;spacingLeft=4;spacingRight=4;overflow=hidden;points=[[0,0.5],[1,0.5]];portConstraint=eastwest;rotatable=0;whiteSpace=wrap;html=1;" value="id" vertex="1">
+           <mxGeometry height="30" width="140" y="30" as="geometry" />
+         </mxCell>
+         <mxCell id="RNDkmFGJGW4O4d-jsc1U-72" parent="RNDkmFGJGW4O4d-jsc1U-70" style="text;strokeColor=none;fillColor=none;align=left;verticalAlign=middle;spacingLeft=4;spacingRight=4;overflow=hidden;points=[[0,0.5],[1,0.5]];portConstraint=eastwest;rotatable=0;whiteSpace=wrap;html=1;" value="ten_nguyen_lieu" vertex="1">
+           <mxGeometry height="30" width="140" y="60" as="geometry" />
+         </mxCell>
+         <mxCell id="RNDkmFGJGW4O4d-jsc1U-73" parent="RNDkmFGJGW4O4d-jsc1U-70" style="text;strokeColor=none;fillColor=none;align=left;verticalAlign=middle;spacingLeft=4;spacingRight=4;overflow=hidden;points=[[0,0.5],[1,0.5]];portConstraint=eastwest;rotatable=0;whiteSpace=wrap;html=1;" value="don_vi_tinh" vertex="1">
+           <mxGeometry height="30" width="140" y="90" as="geometry" />
+         </mxCell>
+         <mxCell id="RNDkmFGJGW4O4d-jsc1U-74" parent="RNDkmFGJGW4O4d-jsc1U-70" style="text;strokeColor=none;fillColor=none;align=left;verticalAlign=middle;spacingLeft=4;spacingRight=4;overflow=hidden;points=[[0,0.5],[1,0.5]];portConstraint=eastwest;rotatable=0;whiteSpace=wrap;html=1;" value="so_luong_ton" vertex="1">
+           <mxGeometry height="30" width="140" y="120" as="geometry" />
+         </mxCell>
+         <mxCell id="RNDkmFGJGW4O4d-jsc1U-75" parent="RNDkmFGJGW4O4d-jsc1U-70" style="text;strokeColor=none;fillColor=none;align=left;verticalAlign=middle;spacingLeft=4;spacingRight=4;overflow=hidden;points=[[0,0.5],[1,0.5]];portConstraint=eastwest;rotatable=0;whiteSpace=wrap;html=1;" value="muc_canh_bao" vertex="1">
+           <mxGeometry height="30" width="140" y="150" as="geometry" />
+         </mxCell>
+         <mxCell id="RNDkmFGJGW4O4d-jsc1U-76" parent="RNDkmFGJGW4O4d-jsc1U-70" style="text;strokeColor=none;fillColor=none;align=left;verticalAlign=middle;spacingLeft=4;spacingRight=4;overflow=hidden;points=[[0,0.5],[1,0.5]];portConstraint=eastwest;rotatable=0;whiteSpace=wrap;html=1;" value="gia_nhap" vertex="1">
+           <mxGeometry height="30" width="140" y="180" as="geometry" />
+         </mxCell>
+         <mxCell id="RNDkmFGJGW4O4d-jsc1U-77" parent="RNDkmFGJGW4O4d-jsc1U-70" style="text;strokeColor=none;fillColor=none;align=left;verticalAlign=middle;spacingLeft=4;spacingRight=4;overflow=hidden;points=[[0,0.5],[1,0.5]];portConstraint=eastwest;rotatable=0;whiteSpace=wrap;html=1;" value="id_nha_cung_cap" vertex="1">
+           <mxGeometry height="30" width="140" y="210" as="geometry" />
+         </mxCell>
+         <mxCell id="RNDkmFGJGW4O4d-jsc1U-86" parent="RNDkmFGJGW4O4d-jsc1U-70" style="text;strokeColor=none;fillColor=none;align=left;verticalAlign=middle;spacingLeft=4;spacingRight=4;overflow=hidden;points=[[0,0.5],[1,0.5]];portConstraint=eastwest;rotatable=0;whiteSpace=wrap;html=1;" value="tinh_trang" vertex="1">
+           <mxGeometry height="30" width="140" y="240" as="geometry" />
+         </mxCell>
+         <mxCell id="RNDkmFGJGW4O4d-jsc1U-87" parent="RNDkmFGJGW4O4d-jsc1U-70" style="text;strokeColor=none;fillColor=none;align=left;verticalAlign=middle;spacingLeft=4;spacingRight=4;overflow=hidden;points=[[0,0.5],[1,0.5]];portConstraint=eastwest;rotatable=0;whiteSpace=wrap;html=1;" value="created_at" vertex="1">
+           <mxGeometry height="30" width="140" y="270" as="geometry" />
+         </mxCell>
+         <mxCell id="RNDkmFGJGW4O4d-jsc1U-88" parent="RNDkmFGJGW4O4d-jsc1U-70" style="text;strokeColor=none;fillColor=none;align=left;verticalAlign=middle;spacingLeft=4;spacingRight=4;overflow=hidden;points=[[0,0.5],[1,0.5]];portConstraint=eastwest;rotatable=0;whiteSpace=wrap;html=1;" value="updated_at" vertex="1">
+           <mxGeometry height="30" width="140" y="300" as="geometry" />
        </mxCell>
      </root>
    </mxGraphModel>
  </diagram>
</mxfile>
